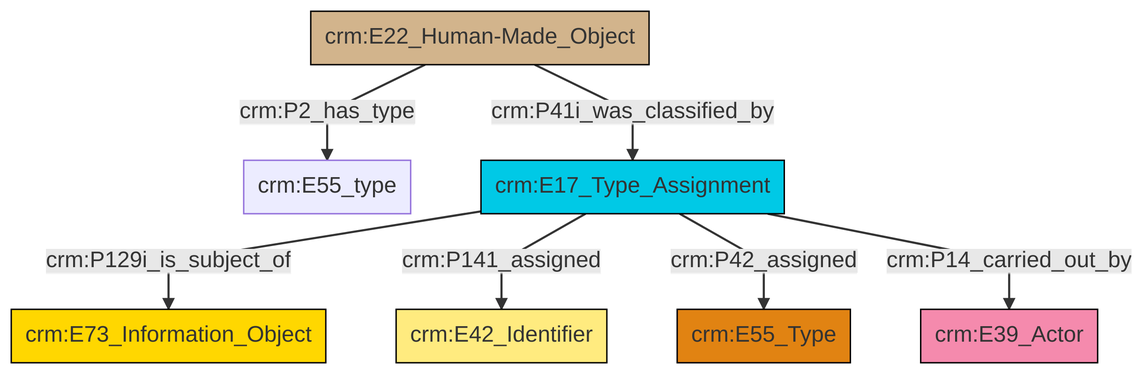
Before: et/builtWorkCSV/ttl/mmd/png/Built_Work_designation_status.png, a diagram exported from Mermaid (swiss-art-research-net/reference-data-models). Its source is kept beside it as et/builtWorkCSV/ttl/mmd/Built_Work_designation_status.ttl.mmd.
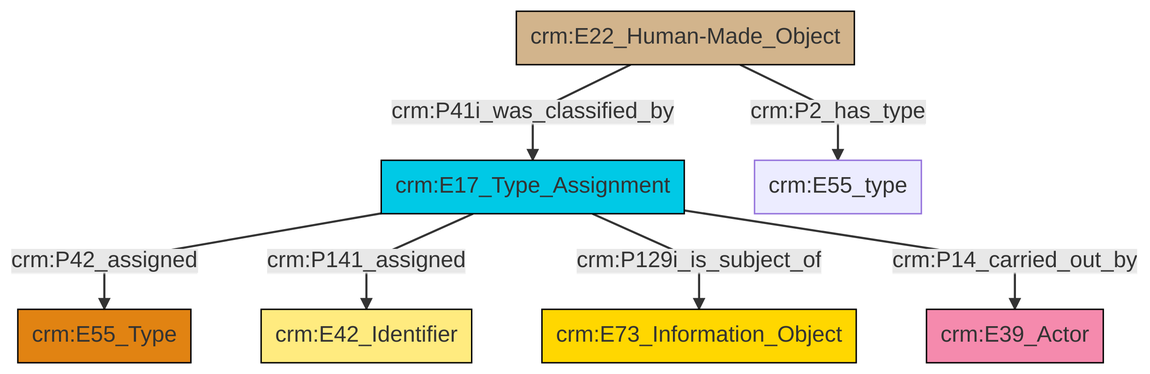
Above is the later version.

Diff of the diagram source:
```diff
@@ -13,9 +13,9 @@
 classDef PC_Classes fill:#4ce600, stroke:#000000;
 classDef Multi fill:#cccccc,stroke:#000000;
 
-4["crm:E22_Human-Made_Object"]:::Physical_Thing -->|crm:P2_has_type| 2["crm:E55_type"]:::Default
-5["crm:E17_Type_Assignment"]:::Temporal_Entity -->|crm:P129i_is_subject_of| 6["crm:E73_Information_Object"]:::Conceptual_Object
-5["crm:E17_Type_Assignment"]:::Temporal_Entity -->|crm:P141_assigned| 8["crm:E42_Identifier"]:::Appellation
-4["crm:E22_Human-Made_Object"]:::Physical_Thing -->|crm:P41i_was_classified_by| 5["crm:E17_Type_Assignment"]:::Temporal_Entity
-5["crm:E17_Type_Assignment"]:::Temporal_Entity -->|crm:P42_assigned| 10["crm:E55_Type"]:::Type
-5["crm:E17_Type_Assignment"]:::Temporal_Entity -->|crm:P14_carried_out_by| 0["crm:E39_Actor"]:::Actor
+6["crm:E22_Human-Made_Object"]:::Physical_Thing -->|crm:P41i_was_classified_by| 7["crm:E17_Type_Assignment"]:::Temporal_Entity
+7["crm:E17_Type_Assignment"]:::Temporal_Entity -->|crm:P42_assigned| 8["crm:E55_Type"]:::Type
+7["crm:E17_Type_Assignment"]:::Temporal_Entity -->|crm:P141_assigned| 0["crm:E42_Identifier"]:::Appellation
+6["crm:E22_Human-Made_Object"]:::Physical_Thing -->|crm:P2_has_type| 11["crm:E55_type"]:::Default
+7["crm:E17_Type_Assignment"]:::Temporal_Entity -->|crm:P129i_is_subject_of| 4["crm:E73_Information_Object"]:::Conceptual_Object
+7["crm:E17_Type_Assignment"]:::Temporal_Entity -->|crm:P14_carried_out_by| 2["crm:E39_Actor"]:::Actor
```
